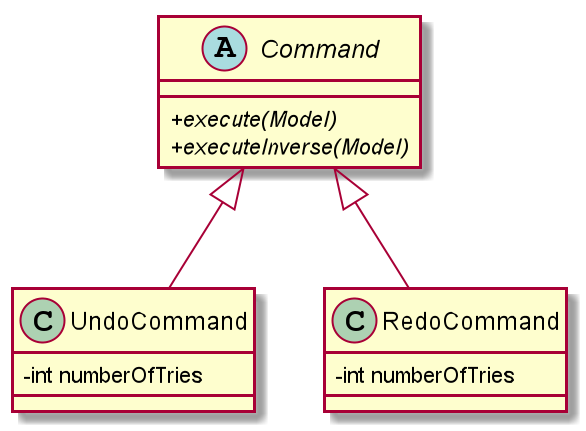
This is docs/images/CommandClassDiagram.png from nus-cs2103-AY1920S1/addressbook-level3, a PlantUML export, as it was before one commit.
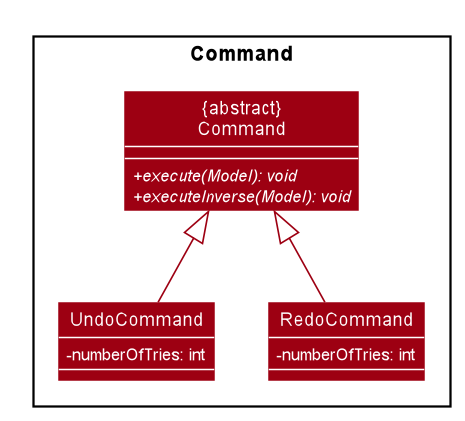
Later version of the same file.

The edit, as a diff of the source:
```diff
@@ -1,21 +1,78 @@
 @startuml
+
+
+
+
+
+
+
+
+skinparam BackgroundColor #FFFFFFF
+
+skinparam Shadowing false
+
+skinparam Class {
+    FontColor #FFFFFF
+    BorderThickness 1
+    BorderColor #FFFFFF
+    StereotypeFontColor #FFFFFF
+    FontName Arial
+    ClassAttributeFontColor #FFFFFFF
+}
+
+skinparam Actor {
+    BorderColor #000000
+    Color #000000
+    FontName Arial
+}
+
+skinparam Sequence {
+    MessageAlign center
+    BoxFontSize 15
+    BoxPadding 0
+    BoxFontColor #FFFFFF
+    FontName Arial
+}
+
+skinparam Participant {
+    FontColor #FFFFFFF
+    Padding 20
+}
+
+skinparam MinClassWidth 50
+skinparam ParticipantPadding 10
+skinparam Shadowing false
+skinparam DefaultTextAlignment center
+skinparam packageStyle Rectangle
+
+hide footbox
+hide circle
+skinparam arrowThickness 1.1
+skinparam arrowColor #9D0012
+skinparam classBackgroundColor #9D0012
 skinparam classAttributeIconSize 0
-abstract class Command
+skinparam classAttributeFontColor #FFFFFFF
+
+Package Command <<Rectangle>> {
+    Class "{abstract}\nCommand" as Command
+    Class UndoCommand
+    Class RedoCommand
+}
 
 UndoCommand -up-|> Command
 RedoCommand -up-|> Command
 
-abstract class Command {
-{abstract}+execute(Model)
-{abstract}+executeInverse(Model)
+class Command {
+    +execute(Model): void {abstract}
+    +executeInverse(Model): void {abstract}
+}
+
+class RedoCommand {
+    -numberOfTries: int
 }
 
 class UndoCommand {
--int numberOfTries
-}
-
-class RedoCommand {
--int numberOfTries
+    -numberOfTries: int
 }
 
 @enduml
```
